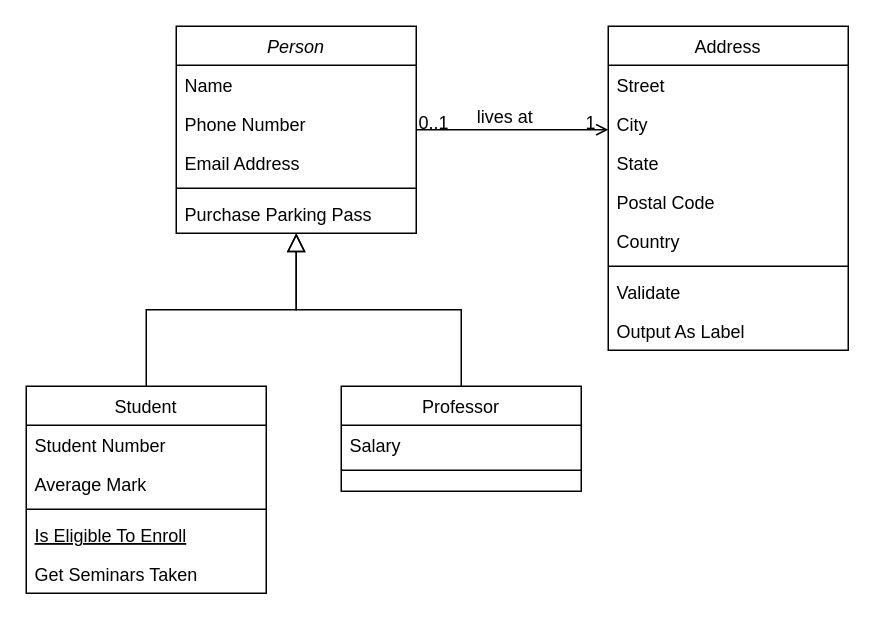
2024-devops-alt-dist/microsaas-JS keeps this draw.io diagram as Diagramme sans nom.drawio. Above is the earlier version. Source tidied: cells renumbered, new cells numbered last; positions are measured from the earlier drawing's top-left corner, leaving out a move shared by most shapes. Both pictures are drawn from the tidied source at 150%, with x=0, y=0 at pixel (26, 26).
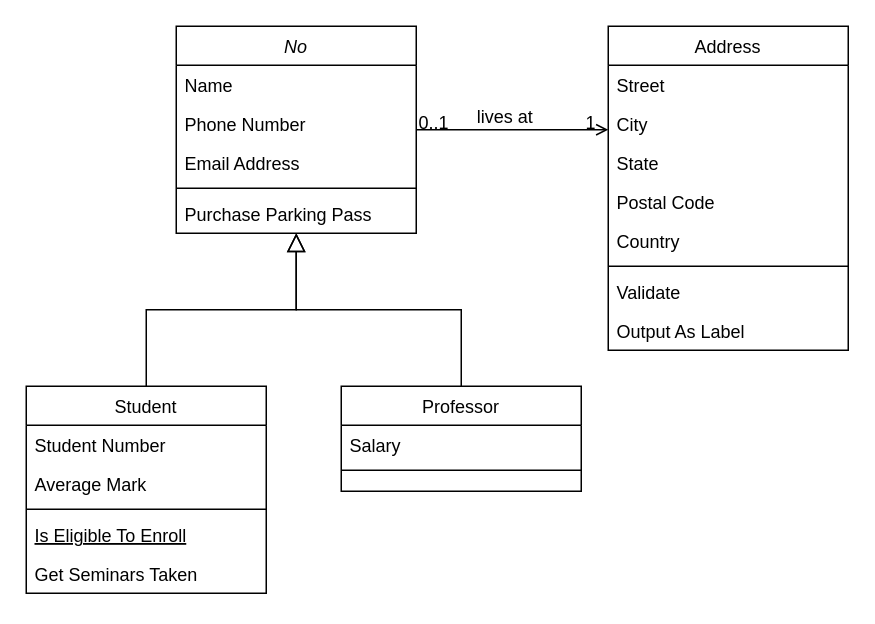
The same page after the edit.

Commit message:
Mettre à jour Diagramme sans nom.drawio

The edit, as a diff of the source:
```diff
@@
-    <mxCell id="2" value="Person" style="swimlane;fontStyle=2;align=center;verticalAlign=top;horizontal=1;startSize=26;rounded=0;shadow=0;strokeWidth=1;" parent="1" vertex="1">
+    <mxCell id="2" value="No" style="swimlane;fontStyle=2;align=center;verticalAlign=top;horizontal=1;startSize=26;rounded=0;shadow=0;strokeWidth=1;" parent="1" vertex="1">
       <mxGeometry x="100" width="160" height="138" as="geometry" />
     </mxCell>
```
